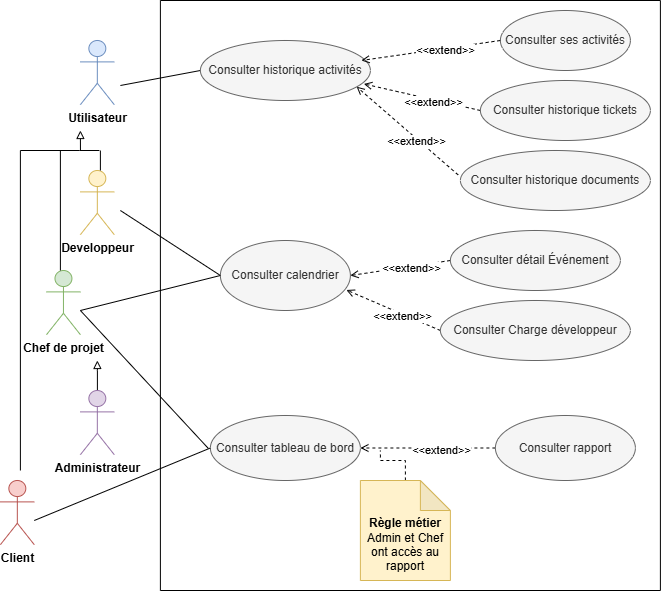
This is Images/Diagramme cas utilisationSuivre activité.drawio.png from rihab-dev/Rapport-PFE, a draw.io export, as it was before one commit. Source tidied: cells renumbered, new cells last; positions are measured from the earlier drawing's top-left corner, leaving out a move shared by most shapes.
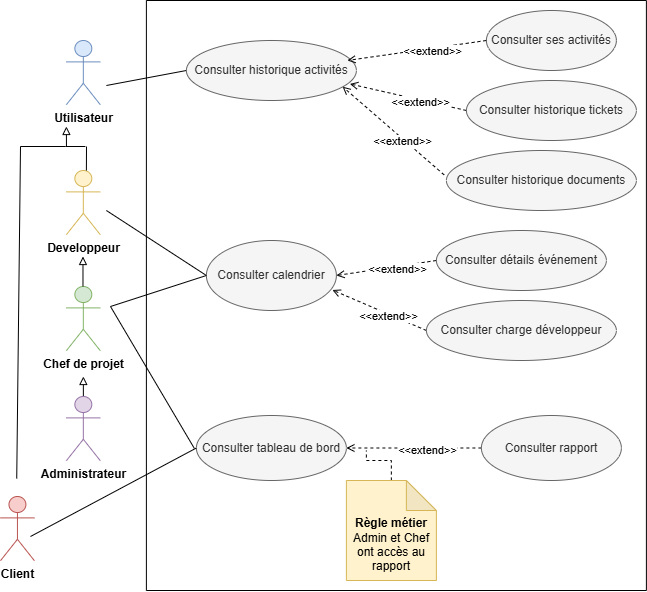
The same diagram one commit later.

The edit, as a diff of the source:
```diff
@@ -2,11 +2,11 @@
   <root>
     <mxCell id="0" />
     <mxCell id="1" parent="0" />
-    <mxCell id="2" style="endArrow=none;html=1;rounded=0;entryX=0;entryY=0.5;entryDx=0;entryDy=0;" parent="1" edge="1" target="8">
-      <mxGeometry relative="1" as="geometry">
-        <mxPoint x="119.9" y="210" as="sourcePoint" />
-      </mxGeometry>
-    </mxCell>
+    <mxCell id="42" style="endArrow=none;html=1;rounded=0;entryX=0;entryY=0.5;entryDx=0;entryDy=0;" parent="1" edge="1" target="8">
+      <mxGeometry relative="1" as="geometry">
+        <mxPoint x="119.9" y="210" as="sourcePoint" />
+      </mxGeometry>
+    </mxCell>
     <mxCell id="3" style="swimlane;startSize=0;" parent="1" vertex="1">
       <mxGeometry x="159.9" width="500" height="590" as="geometry" />
     </mxCell>
@@ -19,38 +19,38 @@
     <mxCell id="6" style="endArrow=open;html=1;rounded=0;exitX=0;exitY=0.5;exitDx=0;exitDy=0;entryX=1;entryY=0.5;entryDx=0;entryDy=0;endFill=0;dashed=1;" parent="3" edge="1" source="4" target="5">
       <mxGeometry relative="1" as="geometry" />
     </mxCell>
-    <mxCell id="7" value="&amp;lt;&amp;lt;extend&amp;gt;&amp;gt;" style="edgeLabel;html=1;align=center;verticalAlign=middle;" parent="6" vertex="1">
-      <mxGeometry x="-0.2" y="2" relative="1" as="geometry" />
-    </mxCell>
+    <mxCell id="43" value="&amp;lt;&amp;lt;extend&amp;gt;&amp;gt;" style="edgeLabel;html=1;align=center;verticalAlign=middle;" parent="6" vertex="1">
+      <mxGeometry x="-0.2" y="2" relative="1" as="geometry" />
+    </mxCell>
     <mxCell id="8" value="Consulter calendrier" style="ellipse;whiteSpace=wrap;html=1;fillColor=#f5f5f5;fontColor=#333333;strokeColor=#666666;" parent="3" vertex="1">
       <mxGeometry x="60" y="240" width="130" height="70" as="geometry" />
     </mxCell>
-    <mxCell id="9" style="edgeStyle=orthogonalEdgeStyle;rounded=0;jettySize=auto;html=1;endArrow=none;endFill=0;dashed=1;" parent="3" edge="1" source="10">
-      <mxGeometry relative="1" as="geometry">
-        <mxPoint x="220" y="450" as="targetPoint" />
-      </mxGeometry>
-    </mxCell>
+    <mxCell id="44" style="edgeStyle=orthogonalEdgeStyle;rounded=0;jettySize=auto;html=1;endArrow=none;endFill=0;dashed=1;" parent="3" edge="1" source="10">
+      <mxGeometry relative="1" as="geometry">
+        <mxPoint x="220" y="450" as="targetPoint" />
+      </mxGeometry>
+    </mxCell>
     <mxCell id="10" value="&lt;div&gt;&lt;b&gt;&lt;br&gt;&lt;/b&gt;&lt;/div&gt;&lt;b&gt;&lt;div&gt;&lt;b&gt;&lt;br&gt;&lt;/b&gt;&lt;/div&gt;Règle métier &lt;/b&gt;Admin et Chef ont accès au rapport" style="shape=note;whiteSpace=wrap;html=1;backgroundOutline=1;darkOpacity=0.05;fillColor=#fff2cc;strokeColor=#d6b656;" parent="3" vertex="1">
       <mxGeometry x="200" y="480" width="90" height="100" as="geometry" />
     </mxCell>
-    <mxCell id="11" value="Consulter Charge développeur" style="ellipse;whiteSpace=wrap;html=1;fillColor=#f5f5f5;fontColor=#333333;strokeColor=#666666;" parent="3" vertex="1">
-      <mxGeometry x="280" y="300" width="190" height="60" as="geometry" />
-    </mxCell>
-    <mxCell id="12" style="endArrow=open;html=1;rounded=0;exitX=0;exitY=0.5;exitDx=0;exitDy=0;entryX=0.969;entryY=0.707;entryDx=0;entryDy=0;endFill=0;dashed=1;entryPerimeter=0;" parent="3" edge="1" source="11" target="8">
-      <mxGeometry relative="1" as="geometry" />
-    </mxCell>
-    <mxCell id="13" value="&amp;lt;&amp;lt;extend&amp;gt;&amp;gt;" style="edgeLabel;html=1;align=center;verticalAlign=middle;" parent="12" vertex="1">
-      <mxGeometry x="-0.2" y="2" relative="1" as="geometry" />
-    </mxCell>
-    <mxCell id="14" value="Consulter détail Événement" style="ellipse;whiteSpace=wrap;html=1;fillColor=#f5f5f5;fontColor=#333333;strokeColor=#666666;" parent="3" vertex="1">
-      <mxGeometry x="290" y="230" width="170" height="60" as="geometry" />
-    </mxCell>
-    <mxCell id="15" style="endArrow=open;html=1;rounded=0;exitX=0;exitY=0.5;exitDx=0;exitDy=0;entryX=1;entryY=0.5;entryDx=0;entryDy=0;endFill=0;dashed=1;" parent="3" edge="1" source="14" target="8">
-      <mxGeometry relative="1" as="geometry" />
-    </mxCell>
-    <mxCell id="16" value="&amp;lt;&amp;lt;extend&amp;gt;&amp;gt;" style="edgeLabel;html=1;align=center;verticalAlign=middle;" parent="15" vertex="1">
-      <mxGeometry x="-0.2" y="2" relative="1" as="geometry" />
-    </mxCell>
+    <mxCell id="45" value="Consulter charge développeur" style="ellipse;whiteSpace=wrap;html=1;fillColor=#f5f5f5;fontColor=#333333;strokeColor=#666666;" parent="3" vertex="1">
+      <mxGeometry x="280" y="300" width="190" height="60" as="geometry" />
+    </mxCell>
+    <mxCell id="46" style="endArrow=open;html=1;rounded=0;exitX=0;exitY=0.5;exitDx=0;exitDy=0;entryX=0.969;entryY=0.707;entryDx=0;entryDy=0;endFill=0;dashed=1;entryPerimeter=0;" parent="3" edge="1" source="45" target="8">
+      <mxGeometry relative="1" as="geometry" />
+    </mxCell>
+    <mxCell id="47" value="&amp;lt;&amp;lt;extend&amp;gt;&amp;gt;" style="edgeLabel;html=1;align=center;verticalAlign=middle;" parent="46" vertex="1">
+      <mxGeometry x="-0.2" y="2" relative="1" as="geometry" />
+    </mxCell>
+    <mxCell id="48" value="Consulter détails événement" style="ellipse;whiteSpace=wrap;html=1;fillColor=#f5f5f5;fontColor=#333333;strokeColor=#666666;" parent="3" vertex="1">
+      <mxGeometry x="290" y="230" width="170" height="60" as="geometry" />
+    </mxCell>
+    <mxCell id="49" style="endArrow=open;html=1;rounded=0;exitX=0;exitY=0.5;exitDx=0;exitDy=0;entryX=1;entryY=0.5;entryDx=0;entryDy=0;endFill=0;dashed=1;" parent="3" edge="1" source="48" target="8">
+      <mxGeometry relative="1" as="geometry" />
+    </mxCell>
+    <mxCell id="50" value="&amp;lt;&amp;lt;extend&amp;gt;&amp;gt;" style="edgeLabel;html=1;align=center;verticalAlign=middle;" parent="49" vertex="1">
+      <mxGeometry x="-0.2" y="2" relative="1" as="geometry" />
+    </mxCell>
     <mxCell id="17" value="Consulter ses activités" style="ellipse;whiteSpace=wrap;html=1;fillColor=#f5f5f5;fontColor=#333333;strokeColor=#666666;" parent="3" vertex="1">
       <mxGeometry x="340" y="10" width="130" height="60" as="geometry" />
     </mxCell>
@@ -66,94 +66,94 @@
     <mxCell id="21" style="endArrow=open;html=1;rounded=0;exitX=0;exitY=0.5;exitDx=0;exitDy=0;endFill=0;dashed=1;entryX=0.947;entryY=0.333;entryDx=0;entryDy=0;entryPerimeter=0;" parent="3" edge="1" source="17" target="18">
       <mxGeometry relative="1" as="geometry" />
     </mxCell>
-    <mxCell id="22" value="&amp;lt;&amp;lt;extend&amp;gt;&amp;gt;" style="edgeLabel;html=1;align=center;verticalAlign=middle;" parent="21" vertex="1">
-      <mxGeometry x="-0.2" y="2" relative="1" as="geometry" />
-    </mxCell>
+    <mxCell id="51" value="&amp;lt;&amp;lt;extend&amp;gt;&amp;gt;" style="edgeLabel;html=1;align=center;verticalAlign=middle;" parent="21" vertex="1">
+      <mxGeometry x="-0.2" y="2" relative="1" as="geometry" />
+    </mxCell>
     <mxCell id="23" style="endArrow=open;html=1;rounded=0;exitX=0;exitY=0.5;exitDx=0;exitDy=0;entryX=0.962;entryY=0.724;entryDx=0;entryDy=0;endFill=0;dashed=1;entryPerimeter=0;" parent="3" edge="1" source="20" target="18">
       <mxGeometry relative="1" as="geometry" />
     </mxCell>
-    <mxCell id="24" value="&amp;lt;&amp;lt;extend&amp;gt;&amp;gt;" style="edgeLabel;html=1;align=center;verticalAlign=middle;" parent="23" vertex="1">
-      <mxGeometry x="-0.2" y="2" relative="1" as="geometry" />
-    </mxCell>
+    <mxCell id="52" value="&amp;lt;&amp;lt;extend&amp;gt;&amp;gt;" style="edgeLabel;html=1;align=center;verticalAlign=middle;" parent="23" vertex="1">
+      <mxGeometry x="-0.2" y="2" relative="1" as="geometry" />
+    </mxCell>
     <mxCell id="25" style="endArrow=open;html=1;rounded=0;exitX=-0.012;exitY=0.406;exitDx=0;exitDy=0;entryX=0.919;entryY=0.77;entryDx=0;entryDy=0;endFill=0;dashed=1;entryPerimeter=0;exitPerimeter=0;" parent="3" edge="1" source="19" target="18">
       <mxGeometry relative="1" as="geometry" />
     </mxCell>
-    <mxCell id="26" value="&amp;lt;&amp;lt;extend&amp;gt;&amp;gt;" style="edgeLabel;html=1;align=center;verticalAlign=middle;" parent="25" vertex="1">
-      <mxGeometry x="-0.2" y="2" relative="1" as="geometry" />
-    </mxCell>
+    <mxCell id="53" value="&amp;lt;&amp;lt;extend&amp;gt;&amp;gt;" style="edgeLabel;html=1;align=center;verticalAlign=middle;" parent="25" vertex="1">
+      <mxGeometry x="-0.2" y="2" relative="1" as="geometry" />
+    </mxCell>
     <mxCell id="27" value="&lt;b&gt;Utilisateur&lt;/b&gt;" style="shape=umlActor;verticalLabelPosition=bottom;verticalAlign=top;html=1;fillColor=#dae8fc;strokeColor=#6c8ebf;" parent="1" vertex="1">
       <mxGeometry x="79.9" y="40" width="33.9" height="64.2" as="geometry" />
     </mxCell>
-    <mxCell id="28" style="edgeStyle=orthogonalEdgeStyle;rounded=0;orthogonalLoop=1;jettySize=auto;html=1;endArrow=block;endFill=0;" parent="1" edge="1">
-      <mxGeometry relative="1" as="geometry">
-        <mxPoint x="79.9" y="150" as="sourcePoint" />
-        <mxPoint x="79.9" y="130" as="targetPoint" />
-      </mxGeometry>
-    </mxCell>
+    <mxCell id="54" style="edgeStyle=orthogonalEdgeStyle;rounded=0;orthogonalLoop=1;jettySize=auto;html=1;endArrow=block;endFill=0;" parent="1" edge="1">
+      <mxGeometry relative="1" as="geometry">
+        <mxPoint x="79.9" y="146" as="sourcePoint" />
+        <mxPoint x="79.9" y="126" as="targetPoint" />
+      </mxGeometry>
+    </mxCell>
     <mxCell id="29" value="&lt;b&gt;Developpeur&lt;/b&gt;" style="shape=umlActor;verticalLabelPosition=bottom;verticalAlign=top;html=1;fillColor=#fff2cc;strokeColor=#d6b656;" parent="1" vertex="1">
       <mxGeometry x="79.9" y="170" width="33.9" height="64.2" as="geometry" />
     </mxCell>
     <mxCell id="30" value="&lt;b&gt;Chef de projet&lt;/b&gt;" style="shape=umlActor;verticalLabelPosition=bottom;verticalAlign=top;html=1;fillColor=#d5e8d4;strokeColor=#82b366;" parent="1" vertex="1">
-      <mxGeometry x="46" y="270" width="33.9" height="64.2" as="geometry" />
+      <mxGeometry x="79.9" y="286" width="33.9" height="64.2" as="geometry" />
     </mxCell>
-    <mxCell id="31" style="edgeStyle=orthogonalEdgeStyle;rounded=0;jettySize=auto;html=1;endArrow=block;endFill=0;" parent="1" edge="1" source="32">
-      <mxGeometry relative="1" as="geometry">
-        <mxPoint x="96.8" y="360" as="targetPoint" />
-      </mxGeometry>
-    </mxCell>
+    <mxCell id="55" style="edgeStyle=orthogonalEdgeStyle;rounded=0;jettySize=auto;html=1;endArrow=block;endFill=0;" parent="1" edge="1" source="32">
+      <mxGeometry relative="1" as="geometry">
+        <mxPoint x="97" y="376" as="targetPoint" />
+      </mxGeometry>
+    </mxCell>
     <mxCell id="32" value="&lt;b&gt;Administrateur&lt;/b&gt;" style="shape=umlActor;verticalLabelPosition=bottom;verticalAlign=top;html=1;outlineConnect=0;fillColor=#e1d5e7;strokeColor=#9673a6;" parent="1" vertex="1">
-      <mxGeometry x="79.9" y="390" width="33.9" height="64.2" as="geometry" />
+      <mxGeometry x="79.9" y="396" width="33.9" height="64.2" as="geometry" />
     </mxCell>
-    <mxCell id="33" style="endArrow=none;html=1;rounded=0;" parent="1" edge="1">
-      <mxGeometry relative="1" as="geometry">
-        <mxPoint x="19.9" y="150" as="sourcePoint" />
-        <mxPoint x="98.9" y="150" as="targetPoint" />
-        <Array as="points">
-          <mxPoint x="78.9" y="150" />
-        </Array>
-      </mxGeometry>
-    </mxCell>
-    <mxCell id="34" style="endArrow=none;html=1;rounded=0;" parent="1" edge="1">
-      <mxGeometry relative="1" as="geometry">
-        <mxPoint x="59.9" y="270" as="sourcePoint" />
-        <mxPoint x="59.9" y="150" as="targetPoint" />
-      </mxGeometry>
-    </mxCell>
-    <mxCell id="35" style="endArrow=none;html=1;rounded=0;" parent="1" edge="1">
-      <mxGeometry relative="1" as="geometry">
-        <mxPoint x="99.9" y="170" as="sourcePoint" />
-        <mxPoint x="99.9" y="150" as="targetPoint" />
-      </mxGeometry>
-    </mxCell>
+    <mxCell id="56" style="endArrow=none;html=1;rounded=0;" parent="1" edge="1">
+      <mxGeometry relative="1" as="geometry">
+        <mxPoint x="34" y="146" as="sourcePoint" />
+        <mxPoint x="98.9" y="146" as="targetPoint" />
+        <Array as="points">
+          <mxPoint x="78.9" y="146" />
+        </Array>
+      </mxGeometry>
+    </mxCell>
+    <mxCell id="57" style="endArrow=none;html=1;rounded=0;" parent="1" edge="1">
+      <mxGeometry relative="1" as="geometry">
+        <mxPoint x="99.9" y="170" as="sourcePoint" />
+        <mxPoint x="100" y="146" as="targetPoint" />
+      </mxGeometry>
+    </mxCell>
     <mxCell id="36" value="&lt;b&gt;Client&lt;/b&gt;" style="shape=umlActor;verticalLabelPosition=bottom;verticalAlign=top;html=1;fillColor=#f8cecc;strokeColor=#b85450;" parent="1" vertex="1">
-      <mxGeometry x="-0.1" y="480" width="33.9" height="64.2" as="geometry" />
+      <mxGeometry x="14" y="496" width="33.9" height="64.2" as="geometry" />
     </mxCell>
-    <mxCell id="37" style="endArrow=none;html=1;rounded=0;" parent="1" edge="1">
-      <mxGeometry relative="1" as="geometry">
-        <mxPoint x="19.9" y="470" as="sourcePoint" />
-        <mxPoint x="19.9" y="150" as="targetPoint" />
-      </mxGeometry>
-    </mxCell>
-    <mxCell id="38" style="endArrow=none;html=1;rounded=0;entryX=0;entryY=0.5;entryDx=0;entryDy=0;" parent="1" edge="1" target="8">
-      <mxGeometry relative="1" as="geometry">
-        <mxPoint x="79.9" y="310" as="sourcePoint" />
-      </mxGeometry>
-    </mxCell>
-    <mxCell id="39" style="endArrow=none;html=1;rounded=0;" parent="1" edge="1">
-      <mxGeometry relative="1" as="geometry">
-        <mxPoint x="79.9" y="310" as="sourcePoint" />
-        <mxPoint x="207.9" y="448" as="targetPoint" />
-      </mxGeometry>
-    </mxCell>
-    <mxCell id="40" style="endArrow=none;html=1;rounded=0;entryX=0;entryY=0.5;entryDx=0;entryDy=0;" parent="1" edge="1" target="5">
-      <mxGeometry relative="1" as="geometry">
-        <mxPoint x="33.8" y="520" as="sourcePoint" />
-      </mxGeometry>
-    </mxCell>
-    <mxCell id="41" style="endArrow=none;html=1;rounded=0;entryX=0;entryY=0.5;entryDx=0;entryDy=0;" parent="1" edge="1" target="18">
-      <mxGeometry relative="1" as="geometry">
-        <mxPoint x="119.9" y="85" as="sourcePoint" />
-      </mxGeometry>
-    </mxCell>
+    <mxCell id="58" style="endArrow=none;html=1;rounded=0;" parent="1" edge="1">
+      <mxGeometry relative="1" as="geometry">
+        <mxPoint x="30.2" y="478.1" as="sourcePoint" />
+        <mxPoint x="34" y="146" as="targetPoint" />
+      </mxGeometry>
+    </mxCell>
+    <mxCell id="59" style="endArrow=none;html=1;rounded=0;entryX=0;entryY=0.5;entryDx=0;entryDy=0;" parent="1" edge="1" target="8">
+      <mxGeometry relative="1" as="geometry">
+        <mxPoint x="124" y="306" as="sourcePoint" />
+      </mxGeometry>
+    </mxCell>
+    <mxCell id="60" style="endArrow=none;html=1;rounded=0;" parent="1" edge="1">
+      <mxGeometry relative="1" as="geometry">
+        <mxPoint x="124" y="306" as="sourcePoint" />
+        <mxPoint x="207.9" y="448" as="targetPoint" />
+      </mxGeometry>
+    </mxCell>
+    <mxCell id="61" style="endArrow=none;html=1;rounded=0;entryX=0;entryY=0.5;entryDx=0;entryDy=0;" parent="1" edge="1" target="5">
+      <mxGeometry relative="1" as="geometry">
+        <mxPoint x="44" y="536" as="sourcePoint" />
+      </mxGeometry>
+    </mxCell>
+    <mxCell id="62" style="endArrow=none;html=1;rounded=0;entryX=0;entryY=0.5;entryDx=0;entryDy=0;" parent="1" edge="1" target="18">
+      <mxGeometry relative="1" as="geometry">
+        <mxPoint x="119.9" y="85" as="sourcePoint" />
+      </mxGeometry>
+    </mxCell>
+    <mxCell id="63" style="edgeStyle=orthogonalEdgeStyle;rounded=0;orthogonalLoop=1;jettySize=auto;html=1;endArrow=block;endFill=0;" parent="1" edge="1">
+      <mxGeometry relative="1" as="geometry">
+        <mxPoint x="96.5" y="286" as="sourcePoint" />
+        <mxPoint x="96.5" y="256" as="targetPoint" />
+      </mxGeometry>
+    </mxCell>
   </root>
 </mxGraphModel>
```
